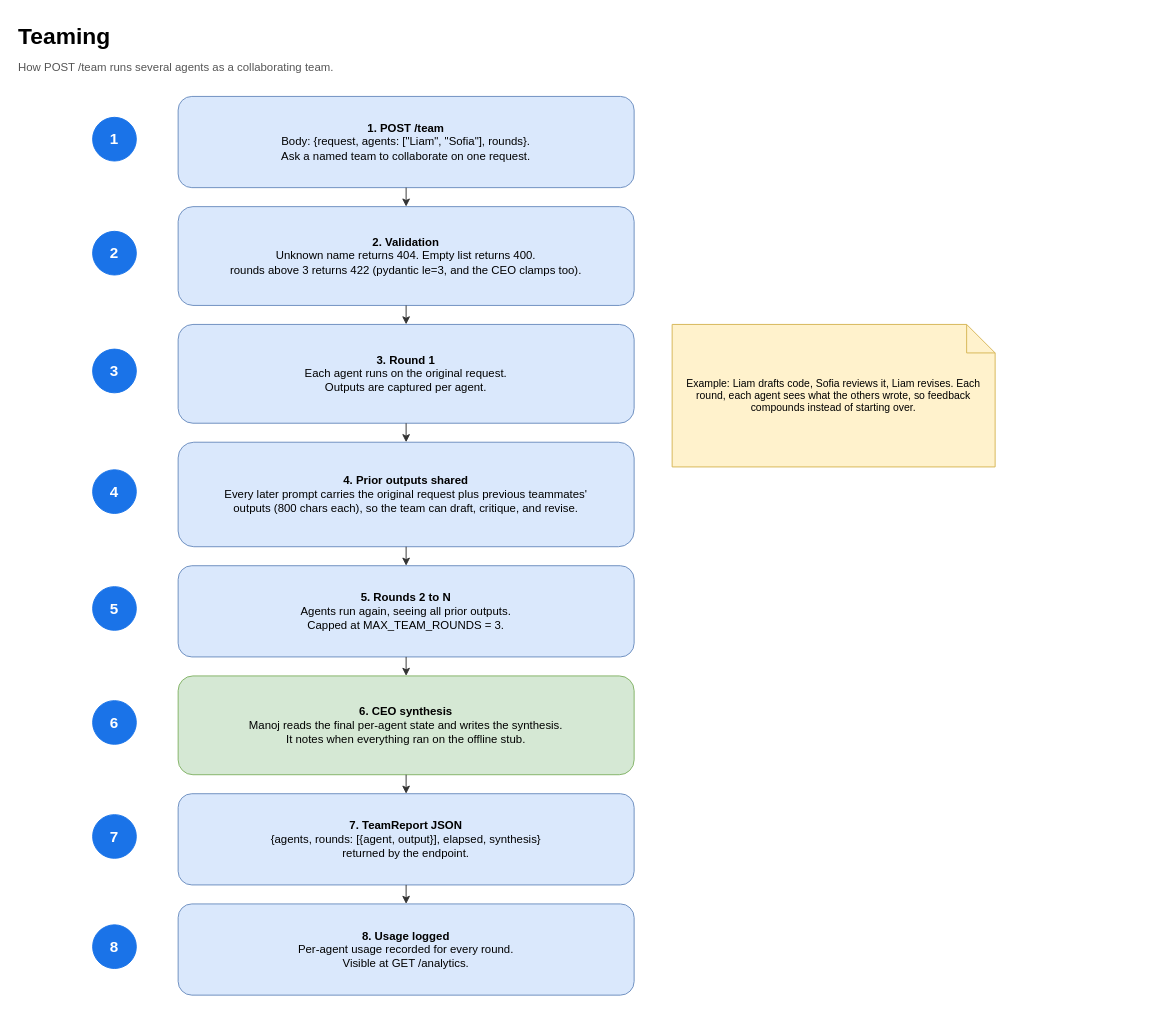
kagithamanoj/botropolis keeps this draw.io diagram as page "Teaming" (3 of 4) of docs/architecture.drawio. Above is the earlier version. Source tidied: cells renumbered, new cells numbered last; positions are measured from the earlier drawing's top-left corner, leaving out a move shared by most shapes. Both pictures are drawn from the tidied source at 95%, with x=0, y=0 at pixel (16, 16).
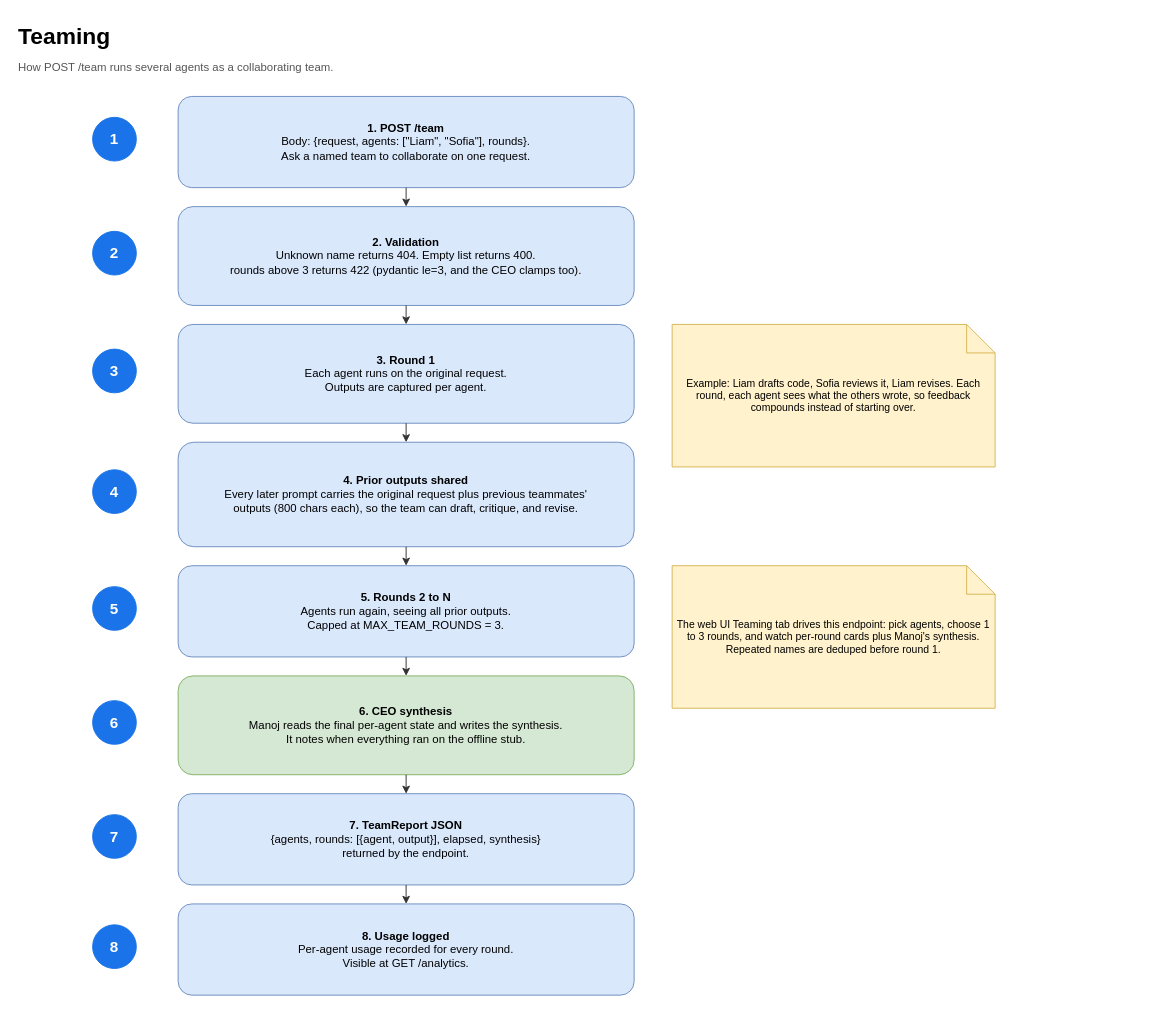
Above is the later version.

Change to the diagram source:
```diff
@@
+    <mxCell id="28" value="The web UI Teaming tab drives this endpoint: pick agents, choose 1 to 3 rounds, and watch per-round cards plus Manoj's synthesis. Repeated names are deduped before round 1." style="shape=note;whiteSpace=wrap;html=1;backgroundOutline=1;fillColor=#fff2cc;strokeColor=#d6b656;fontSize=11;" parent="1" vertex="1">
+      <mxGeometry x="690" y="578" width="340" height="150" as="geometry" />
+    </mxCell>
```
